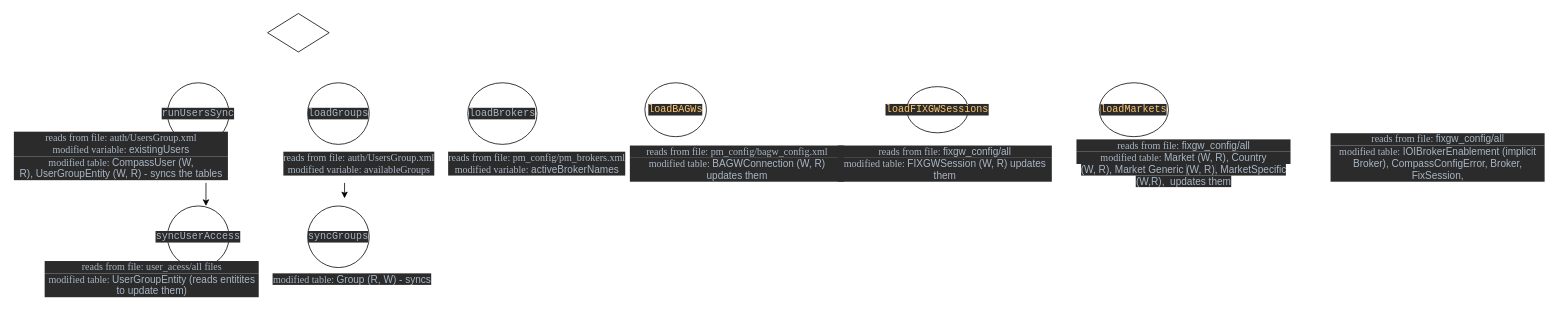
This is Diagramă fără titlu.drawio from AliceHincu/Theory-Concepts, a draw.io file, before an edit. Source tidied: cells renumbered, new cells numbered last; positions are measured from the earlier drawing's top-left corner, leaving out a move shared by most shapes. Both pictures are drawn from the tidied source at 77%, with x=0, y=0 at pixel (13, 13).
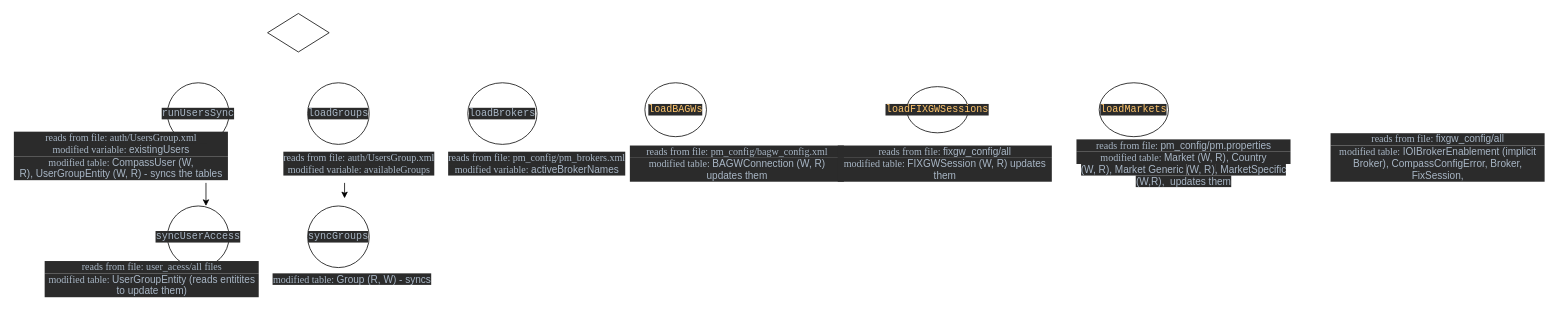
The same page after the edit.

The edit, as a diff of the source:
```diff
@@
-    <mxCell id="20" value="&lt;div style=&quot;background-color: rgb(43, 43, 43); color: rgb(169, 183, 198); font-size: 9.8pt;&quot;&gt;&lt;font face=&quot;Times New Roman&quot;&gt;reads from file:&amp;nbsp;&lt;/font&gt;fixgw_config/all&lt;/div&gt;&lt;div style=&quot;background-color: rgb(43, 43, 43); color: rgb(169, 183, 198); font-size: 9.8pt;&quot;&gt;&lt;font face=&quot;Times New Roman&quot;&gt;modified table:&amp;nbsp;&lt;/font&gt;Market&amp;nbsp;(W, R), Country&lt;/div&gt;&lt;span style=&quot;color: rgb(169, 183, 198); font-size: 13.0667px; background-color: rgb(43, 43, 43);&quot;&gt;(W, R), Market Generic&amp;nbsp;&lt;/span&gt;&lt;span style=&quot;color: rgb(169, 183, 198); font-size: 13.0667px; background-color: rgb(43, 43, 43);&quot;&gt;(W, R)&lt;/span&gt;&lt;span style=&quot;font-size: 9.8pt; background-color: rgb(43, 43, 43); color: rgb(169, 183, 198);&quot;&gt;, MarketSpecific (W,R),&amp;nbsp; updates them&lt;/span&gt;&lt;span style=&quot;color: rgb(169, 183, 198); font-size: 13.0667px; background-color: rgb(43, 43, 43);&quot;&gt;&lt;br&gt;&lt;/span&gt;" style="text;html=1;strokeColor=none;fillColor=none;align=center;verticalAlign=middle;whiteSpace=wrap;rounded=0;" parent="1" vertex="1">
+    <mxCell id="20" value="&lt;div style=&quot;background-color: rgb(43, 43, 43); color: rgb(169, 183, 198); font-size: 9.8pt;&quot;&gt;&lt;font face=&quot;Times New Roman&quot;&gt;reads from file:&amp;nbsp;&lt;/font&gt;pm_config/pm.properties&lt;/div&gt;&lt;div style=&quot;background-color: rgb(43, 43, 43); color: rgb(169, 183, 198); font-size: 9.8pt;&quot;&gt;&lt;font face=&quot;Times New Roman&quot;&gt;modified table:&amp;nbsp;&lt;/font&gt;Market&amp;nbsp;(W, R), Country&lt;/div&gt;&lt;span style=&quot;color: rgb(169, 183, 198); font-size: 13.0667px; background-color: rgb(43, 43, 43);&quot;&gt;(W, R), Market Generic&amp;nbsp;&lt;/span&gt;&lt;span style=&quot;color: rgb(169, 183, 198); font-size: 13.0667px; background-color: rgb(43, 43, 43);&quot;&gt;(W, R)&lt;/span&gt;&lt;span style=&quot;font-size: 9.8pt; background-color: rgb(43, 43, 43); color: rgb(169, 183, 198);&quot;&gt;, MarketSpecific (W,R),&amp;nbsp; updates them&lt;/span&gt;&lt;span style=&quot;color: rgb(169, 183, 198); font-size: 13.0667px; background-color: rgb(43, 43, 43);&quot;&gt;&lt;br&gt;&lt;/span&gt;" style="text;html=1;strokeColor=none;fillColor=none;align=center;verticalAlign=middle;whiteSpace=wrap;rounded=0;" parent="1" vertex="1">
       <mxGeometry x="1380" y="180" width="280" height="30" as="geometry" />
     </mxCell>
```
